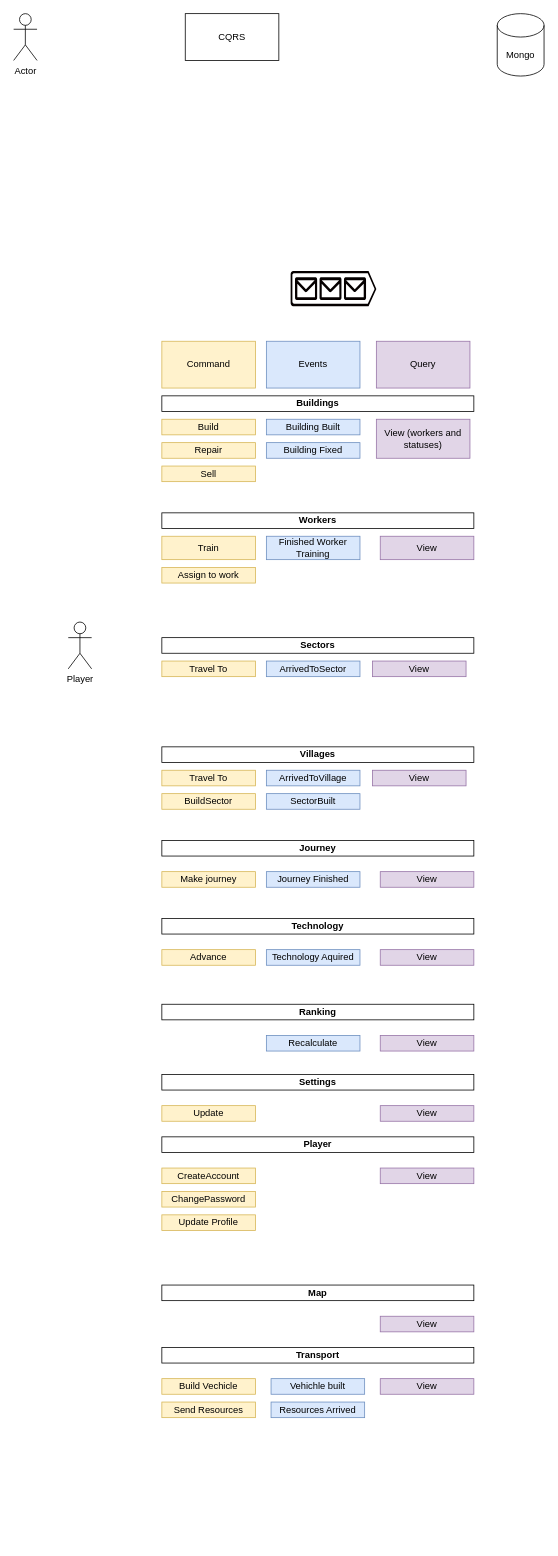
Earlier version of the draw.io diagram page "Mechanizmy Programowanie" (8 of 10) of gameChanger.drawio (piotreczek5/GameChanger). Source tidied: cells renumbered, new cells numbered last; positions are measured from the earlier drawing's top-left corner, leaving out a move shared by most shapes. Both pictures are drawn from the tidied source at 78%, with x=0, y=0 at pixel (13, 13).
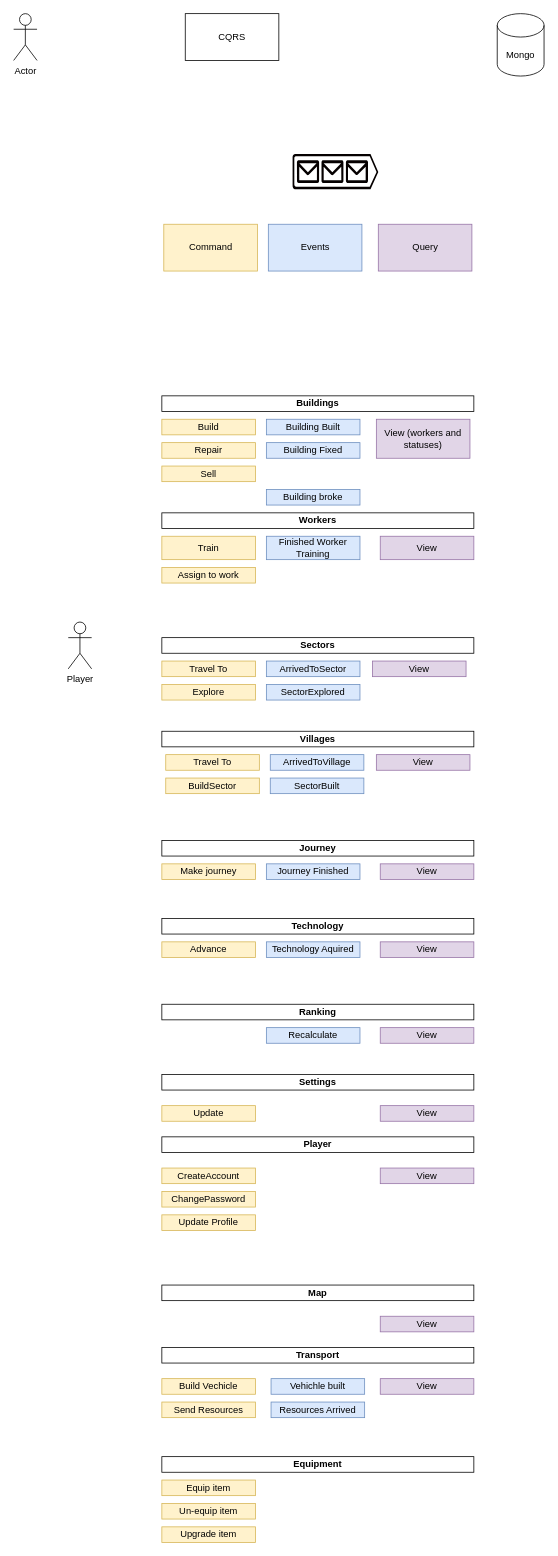
After the change.

The edit, as a diff of the source:
```diff
@@
     <mxCell id="5" value="Command" style="rounded=0;whiteSpace=wrap;html=1;fillColor=#fff2cc;strokeColor=#d6b656;" parent="1" vertex="1">
-      <mxGeometry x="190" y="420" width="120" height="60" as="geometry" />
+      <mxGeometry x="192.5" y="270" width="120" height="60" as="geometry" />
     </mxCell>
     <mxCell id="6" value="Query" style="rounded=0;whiteSpace=wrap;html=1;fillColor=#e1d5e7;strokeColor=#9673a6;" parent="1" vertex="1">
-      <mxGeometry x="465" y="420" width="120" height="60" as="geometry" />
+      <mxGeometry x="467.5" y="270" width="120" height="60" as="geometry" />
     </mxCell>
     <mxCell id="7" style="verticalLabelPosition=bottom;html=1;verticalAlign=top;align=center;strokeColor=none;shape=mxgraph.azure.queue_generic;fillColor=#050000;" parent="1" vertex="1">
-      <mxGeometry x="355" y="330" width="110" height="45" as="geometry" />
+      <mxGeometry x="357.5" y="180" width="110" height="45" as="geometry" />
     </mxCell>
     <mxCell id="8" value="Events" style="rounded=0;whiteSpace=wrap;html=1;fillColor=#dae8fc;strokeColor=#6c8ebf;" parent="1" vertex="1">
-      <mxGeometry x="324" y="420" width="120" height="60" as="geometry" />
+      <mxGeometry x="326.5" y="270" width="120" height="60" as="geometry" />
     </mxCell>
@@
     <mxCell id="14" value="Villages" style="rounded=0;whiteSpace=wrap;html=1;fontStyle=1;" parent="1" vertex="1">
-      <mxGeometry x="190" y="940" width="400" height="20" as="geometry" />
+      <mxGeometry x="190" y="920" width="400" height="20" as="geometry" />
     </mxCell>
@@
     <mxCell id="22" value="Advance" style="rounded=0;whiteSpace=wrap;html=1;fillColor=#fff2cc;strokeColor=#d6b656;" parent="1" vertex="1">
-      <mxGeometry x="190" y="1200" width="120" height="20" as="geometry" />
+      <mxGeometry x="190" y="1190" width="120" height="20" as="geometry" />
     </mxCell>
     <mxCell id="23" value="View" style="rounded=0;whiteSpace=wrap;html=1;fillColor=#e1d5e7;strokeColor=#9673a6;" parent="1" vertex="1">
-      <mxGeometry x="470" y="1200" width="120" height="20" as="geometry" />
+      <mxGeometry x="470" y="1190" width="120" height="20" as="geometry" />
     </mxCell>
     <mxCell id="24" value="Travel To" style="rounded=0;whiteSpace=wrap;html=1;fillColor=#fff2cc;strokeColor=#d6b656;" parent="1" vertex="1">
-      <mxGeometry x="190" y="970" width="120" height="20" as="geometry" />
+      <mxGeometry x="195" y="950" width="120" height="20" as="geometry" />
     </mxCell>
     <mxCell id="25" value="ArrivedToVillage" style="rounded=0;whiteSpace=wrap;html=1;fillColor=#dae8fc;strokeColor=#6c8ebf;" parent="1" vertex="1">
-      <mxGeometry x="324" y="970" width="120" height="20" as="geometry" />
+      <mxGeometry x="329" y="950" width="120" height="20" as="geometry" />
     </mxCell>
     <mxCell id="26" value="View" style="rounded=0;whiteSpace=wrap;html=1;fillColor=#e1d5e7;strokeColor=#9673a6;" parent="1" vertex="1">
-      <mxGeometry x="460" y="970" width="120" height="20" as="geometry" />
+      <mxGeometry x="465" y="950" width="120" height="20" as="geometry" />
     </mxCell>
     <mxCell id="27" value="BuildSector" style="rounded=0;whiteSpace=wrap;html=1;fillColor=#fff2cc;strokeColor=#d6b656;" parent="1" vertex="1">
-      <mxGeometry x="190" y="1000" width="120" height="20" as="geometry" />
+      <mxGeometry x="195" y="980" width="120" height="20" as="geometry" />
     </mxCell>
     <mxCell id="28" value="SectorBuilt" style="rounded=0;whiteSpace=wrap;html=1;fillColor=#dae8fc;strokeColor=#6c8ebf;" parent="1" vertex="1">
-      <mxGeometry x="324" y="1000" width="120" height="20" as="geometry" />
+      <mxGeometry x="329" y="980" width="120" height="20" as="geometry" />
     </mxCell>
     <mxCell id="29" value="Technology Aquired" style="rounded=0;whiteSpace=wrap;html=1;fillColor=#dae8fc;strokeColor=#6c8ebf;" parent="1" vertex="1">
-      <mxGeometry x="324" y="1200" width="120" height="20" as="geometry" />
+      <mxGeometry x="324" y="1190" width="120" height="20" as="geometry" />
     </mxCell>
@@
     <mxCell id="34" value="View" style="rounded=0;whiteSpace=wrap;html=1;fillColor=#e1d5e7;strokeColor=#9673a6;" parent="1" vertex="1">
-      <mxGeometry x="470" y="1310" width="120" height="20" as="geometry" />
+      <mxGeometry x="470" y="1300" width="120" height="20" as="geometry" />
     </mxCell>
@@
     <mxCell id="36" value="Make journey" style="rounded=0;whiteSpace=wrap;html=1;fillColor=#fff2cc;strokeColor=#d6b656;" parent="1" vertex="1">
-      <mxGeometry x="190" y="1100" width="120" height="20" as="geometry" />
+      <mxGeometry x="190" y="1090" width="120" height="20" as="geometry" />
     </mxCell>
     <mxCell id="37" value="View" style="rounded=0;whiteSpace=wrap;html=1;fillColor=#e1d5e7;strokeColor=#9673a6;" parent="1" vertex="1">
-      <mxGeometry x="470" y="1100" width="120" height="20" as="geometry" />
+      <mxGeometry x="470" y="1090" width="120" height="20" as="geometry" />
     </mxCell>
     <mxCell id="38" value="Journey Finished" style="rounded=0;whiteSpace=wrap;html=1;fillColor=#dae8fc;strokeColor=#6c8ebf;" parent="1" vertex="1">
-      <mxGeometry x="324" y="1100" width="120" height="20" as="geometry" />
+      <mxGeometry x="324" y="1090" width="120" height="20" as="geometry" />
     </mxCell>
     <mxCell id="39" value="Recalculate" style="rounded=0;whiteSpace=wrap;html=1;fillColor=#dae8fc;strokeColor=#6c8ebf;" parent="1" vertex="1">
-      <mxGeometry x="324" y="1310" width="120" height="20" as="geometry" />
+      <mxGeometry x="324" y="1300" width="120" height="20" as="geometry" />
     </mxCell>
@@
+    <mxCell id="59" value="Explore" style="rounded=0;whiteSpace=wrap;html=1;fillColor=#fff2cc;strokeColor=#d6b656;" parent="1" vertex="1">
+      <mxGeometry x="190" y="860" width="120" height="20" as="geometry" />
+    </mxCell>
+    <mxCell id="60" value="SectorExplored" style="rounded=0;whiteSpace=wrap;html=1;fillColor=#dae8fc;strokeColor=#6c8ebf;" parent="1" vertex="1">
+      <mxGeometry x="324" y="860" width="120" height="20" as="geometry" />
+    </mxCell>
+    <mxCell id="61" value="Building broke" style="rounded=0;whiteSpace=wrap;html=1;fillColor=#dae8fc;strokeColor=#6c8ebf;" parent="1" vertex="1">
+      <mxGeometry x="324" y="610" width="120" height="20" as="geometry" />
+    </mxCell>
+    <mxCell id="62" value="Equipment" style="rounded=0;whiteSpace=wrap;html=1;fontStyle=1;" parent="1" vertex="1">
+      <mxGeometry x="190" y="1850" width="400" height="20" as="geometry" />
+    </mxCell>
+    <mxCell id="63" value="Equip item" style="rounded=0;whiteSpace=wrap;html=1;fillColor=#fff2cc;strokeColor=#d6b656;" parent="1" vertex="1">
+      <mxGeometry x="190" y="1880" width="120" height="20" as="geometry" />
+    </mxCell>
+    <mxCell id="64" value="Un-equip item" style="rounded=0;whiteSpace=wrap;html=1;fillColor=#fff2cc;strokeColor=#d6b656;" parent="1" vertex="1">
+      <mxGeometry x="190" y="1910" width="120" height="20" as="geometry" />
+    </mxCell>
+    <mxCell id="65" value="Upgrade item" style="rounded=0;whiteSpace=wrap;html=1;fillColor=#fff2cc;strokeColor=#d6b656;" parent="1" vertex="1">
+      <mxGeometry x="190" y="1940" width="120" height="20" as="geometry" />
+    </mxCell>
```
